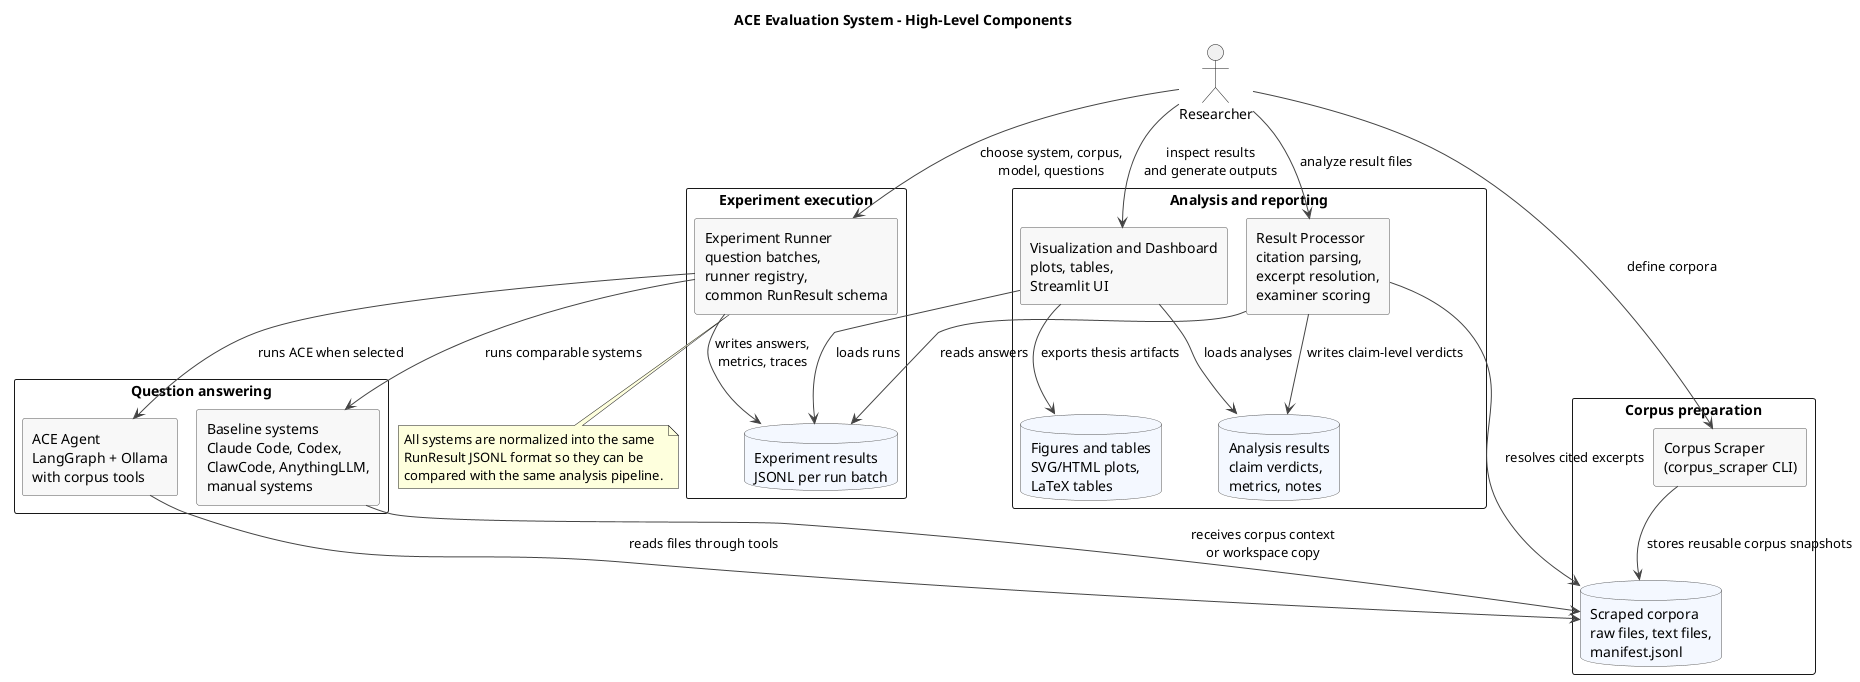
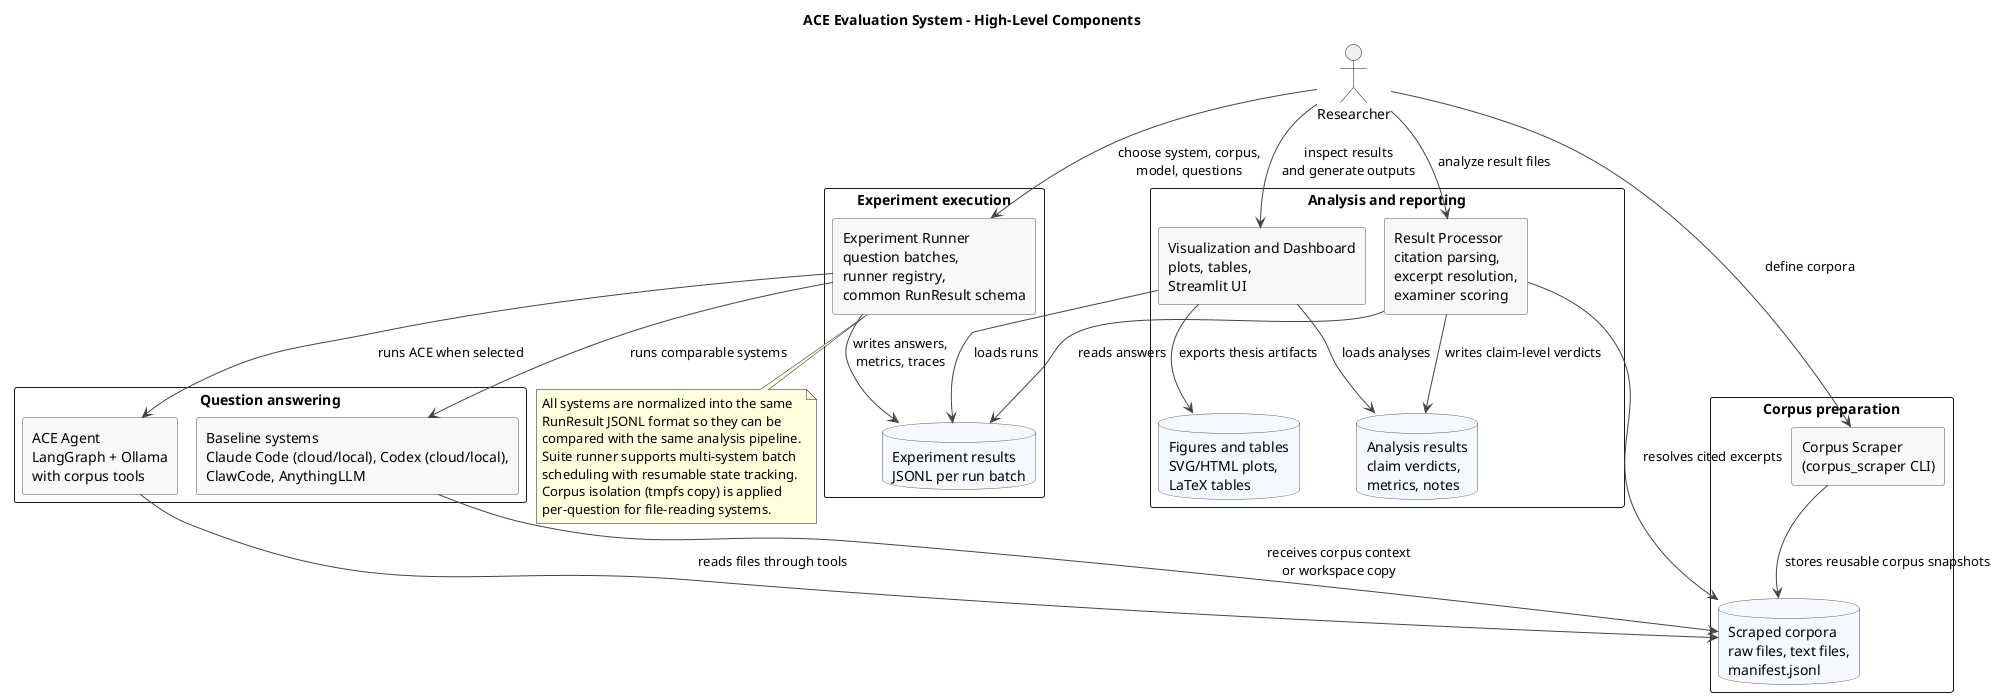
@startuml
!pragma layout smetana
title ACE Evaluation System - High-Level Components

skinparam backgroundColor white
skinparam shadowing false
skinparam componentStyle rectangle
skinparam packageStyle rectangle
skinparam defaultFontName Arial
skinparam ArrowColor #444444
skinparam component {
  BorderColor #555555
  BackgroundColor #F8F8F8
}
skinparam database {
  BorderColor #555555
  BackgroundColor #F4F8FF
}

actor Researcher

package "Corpus preparation" {
  component "Corpus Scraper\n(corpus_scraper CLI)" as scraper
  database "Scraped corpora\nraw files, text files,\nmanifest.jsonl" as corpora
}

package "Question answering" {
  component "ACE Agent\nLangGraph + Ollama\nwith corpus tools" as ace
-   component "Baseline systems\nClaude Code, Codex,\nClawCode, AnythingLLM,\nmanual systems" as baselines
+   component "Baseline systems\nClaude Code (cloud/local), Codex (cloud/local),\nClawCode, AnythingLLM" as baselines
}

package "Experiment execution" {
  component "Experiment Runner\nquestion batches,\nrunner registry,\ncommon RunResult schema" as runner
  database "Experiment results\nJSONL per run batch" as run_results
}

package "Analysis and reporting" {
  component "Result Processor\ncitation parsing,\nexcerpt resolution,\nexaminer scoring" as processor
  component "Visualization and Dashboard\nplots, tables,\nStreamlit UI" as dashboard
  database "Analysis results\nclaim verdicts,\nmetrics, notes" as analysis_results
  database "Figures and tables\nSVG/HTML plots,\nLaTeX tables" as figures
}

Researcher --> scraper : define corpora
scraper --> corpora : stores reusable corpus snapshots

Researcher --> runner : choose system, corpus,\nmodel, questions
runner --> ace : runs ACE when selected
runner --> baselines : runs comparable systems
ace --> corpora : reads files through tools
baselines --> corpora : receives corpus context\nor workspace copy
runner --> run_results : writes answers,\nmetrics, traces

Researcher --> processor : analyze result files
processor --> run_results : reads answers
processor --> corpora : resolves cited excerpts
processor --> analysis_results : writes claim-level verdicts

dashboard --> run_results : loads runs
dashboard --> analysis_results : loads analyses
dashboard --> figures : exports thesis artifacts
Researcher --> dashboard : inspect results\nand generate outputs

note bottom of runner
  All systems are normalized into the same
  RunResult JSONL format so they can be
  compared with the same analysis pipeline.
+   Suite runner supports multi-system batch
+   scheduling with resumable state tracking.
+   Corpus isolation (tmpfs copy) is applied
+   per-question for file-reading systems.
end note

@enduml
